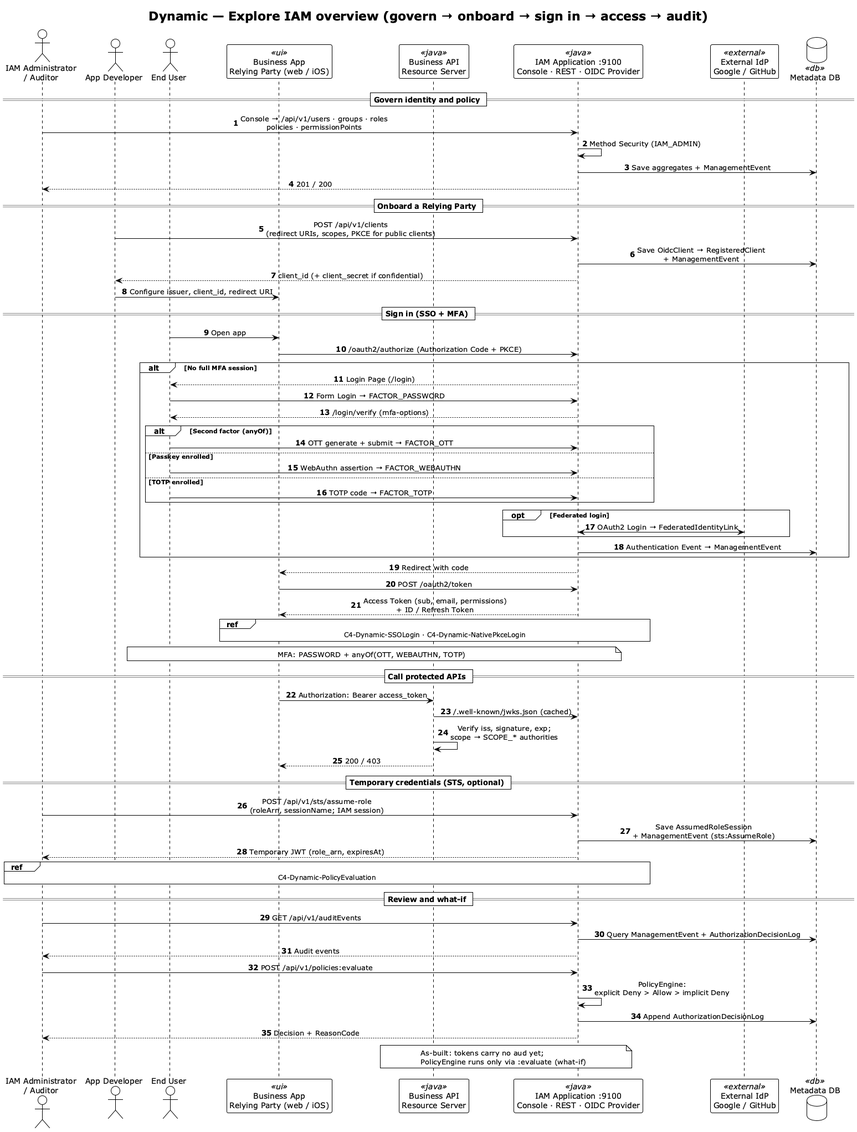
felixzhu97/explore-iam keeps this PlantUML diagram as docs/developer/c4-model/png/C4-Dynamic-Overview.png. Above is the earlier version.
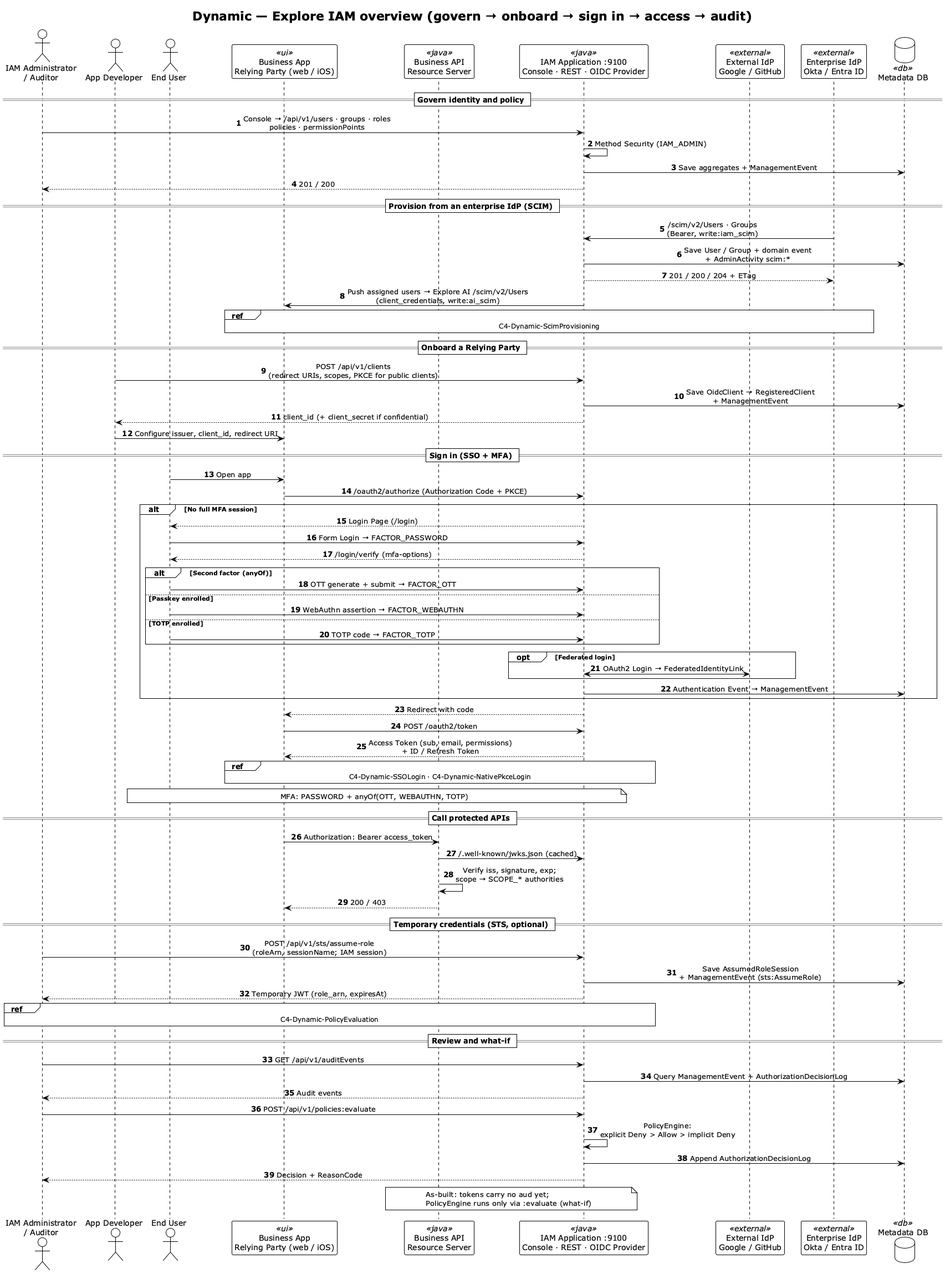
After the change.

The edit, as a diff of the source:
```diff
@@ -14,6 +14,7 @@
 participant "Business API\nResource Server" as rs <<java>>
 participant "IAM Application :9100\nConsole · REST · OIDC Provider" as iam <<java>>
 participant "External IdP\nGoogle / GitHub" as idp <<external>>
+participant "Enterprise IdP\nOkta / Entra ID" as eidp <<external>>
 database "Metadata DB" as db <<db>>
 
 == Govern identity and policy ==
@@ -21,6 +22,13 @@
 iam -> iam: Method Security (IAM_ADMIN)
 iam -> db: Save aggregates + ManagementEvent
 iam --> admin: 201 / 200
+
+== Provision from an enterprise IdP (SCIM) ==
+eidp -> iam: /scim/v2/Users · Groups\n(Bearer, write:iam_scim)
+iam -> db: Save User / Group + domain event\n+ AdminActivity scim:*
+iam --> eidp: 201 / 200 / 204 + ETag
+iam -> rp: Push assigned users → Explore AI /scim/v2/Users\n(client_credentials, write:ai_scim)
+ref over eidp, iam, rp : C4-Dynamic-ScimProvisioning
 
 == Onboard a Relying Party ==
 dev -> iam: POST /api/v1/clients\n(redirect URIs, scopes, PKCE for public clients)
```
